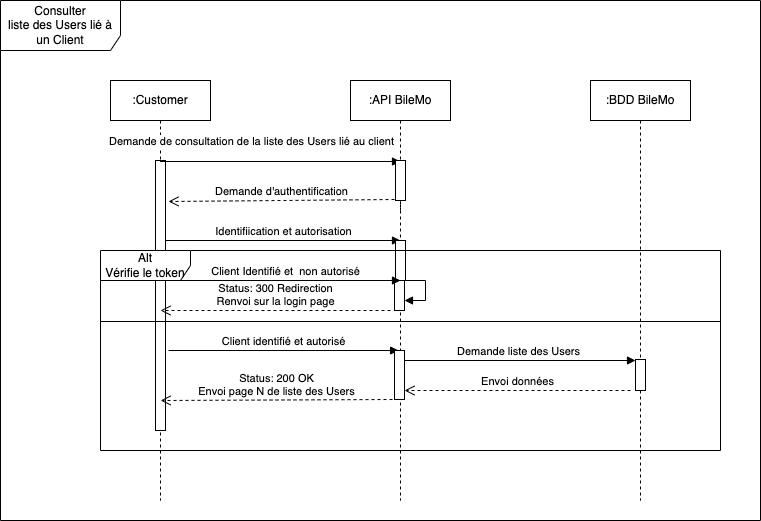
Above: _UML/D.sq_consultation_liste_des_users_BileMo.drawio.png in Fossette7/bilemo (draw.io), before the change. Source tidied: cells renumbered, new cells last; positions are measured from the earlier drawing's top-left corner, leaving out a move shared by most shapes.
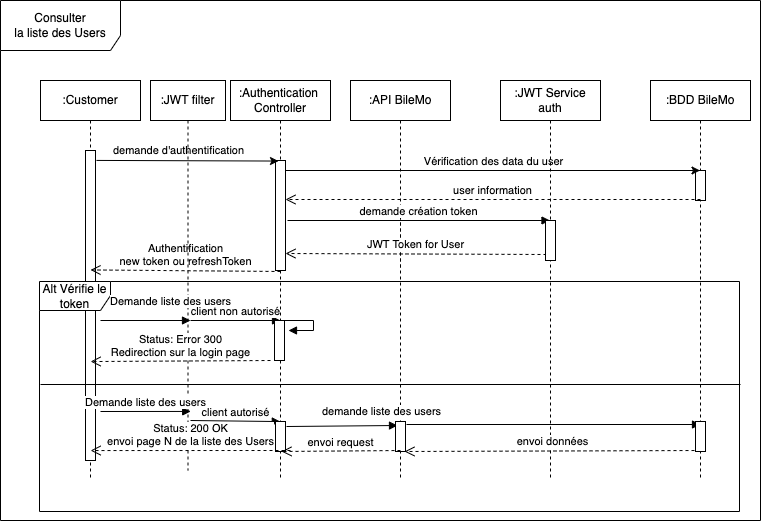
After the change.

What changed in the source:
```diff
@@ -2,105 +2,162 @@
   <root>
     <mxCell id="0" />
     <mxCell id="1" parent="0" />
-    <mxCell id="2" value="Consulter&lt;br&gt;liste des Users lié à un Client" style="shape=umlFrame;whiteSpace=wrap;html=1;width=120;height=50;" parent="1" vertex="1">
+    <mxCell id="2" value="Consulter&lt;br&gt;la liste des Users" style="shape=umlFrame;whiteSpace=wrap;html=1;width=120;height=50;" parent="1" vertex="1">
       <mxGeometry width="760" height="520" as="geometry" />
     </mxCell>
     <mxCell id="3" value=":Customer" style="shape=umlLifeline;perimeter=lifelinePerimeter;whiteSpace=wrap;html=1;" parent="1" vertex="1">
-      <mxGeometry x="110" y="80" width="100" height="420" as="geometry" />
+      <mxGeometry x="40" y="80" width="100" height="400" as="geometry" />
     </mxCell>
     <mxCell id="4" style="html=1;points=[];perimeter=orthogonalPerimeter;" parent="3" vertex="1">
-      <mxGeometry x="45" y="80" width="10" height="270" as="geometry" />
+      <mxGeometry x="45" y="70" width="10" height="310" as="geometry" />
     </mxCell>
-    <mxCell id="5" value="Identifiication et autorisation" style="html=1;verticalAlign=bottom;endArrow=block;rounded=0;entryX=0;entryY=0.1;entryDx=0;entryDy=0;entryPerimeter=0;" parent="3" edge="1">
-      <mxGeometry relative="1" as="geometry">
-        <mxPoint x="55" y="160" as="sourcePoint" />
-        <mxPoint x="290" y="160" as="targetPoint" />
-      </mxGeometry>
-    </mxCell>
     <mxCell id="6" value=":API BileMo" style="shape=umlLifeline;perimeter=lifelinePerimeter;whiteSpace=wrap;html=1;" parent="1" vertex="1">
-      <mxGeometry x="350" y="80" width="100" height="420" as="geometry" />
+      <mxGeometry x="350" y="80" width="100" height="400" as="geometry" />
     </mxCell>
-    <mxCell id="7" style="html=1;perimeter=orthogonalPerimeter;" parent="6" vertex="1">
-      <mxGeometry x="45" y="160" width="10" height="40" as="geometry" />
-    </mxCell>
     <mxCell id="8" value=":BDD BileMo" style="shape=umlLifeline;perimeter=lifelinePerimeter;whiteSpace=wrap;html=1;outlineConnect=0;" parent="1" vertex="1">
-      <mxGeometry x="590" y="80" width="100" height="420" as="geometry" />
+      <mxGeometry x="650" y="80" width="100" height="400" as="geometry" />
     </mxCell>
-    <mxCell id="9" value="Demande de consultation de la liste des Users lié au client" style="html=1;verticalAlign=bottom;endArrow=block;rounded=0;" parent="1" edge="1">
-      <mxGeometry x="-0.25" y="11" relative="1" as="geometry">
-        <mxPoint x="159.5" y="161" as="sourcePoint" />
-        <mxPoint x="400" y="161" as="targetPoint" />
-      </mxGeometry>
-    </mxCell>
-    <mxCell id="10" style="html=1;points=[];perimeter=orthogonalPerimeter;" parent="1" vertex="1">
-      <mxGeometry x="395" y="160" width="10" height="40" as="geometry" />
-    </mxCell>
+    <mxCell id="25" style="html=1;perimeter=orthogonalPerimeter;" parent="8" vertex="1">
+      <mxGeometry x="45" y="90" width="10" height="30" as="geometry" />
+    </mxCell>
-    <mxCell id="11" style="html=1;verticalAlign=bottom;endArrow=none;dashed=1;endSize=8;rounded=0;" parent="1" edge="1" target="10">
+    <mxCell id="11" style="html=1;verticalAlign=bottom;endArrow=none;dashed=1;endSize=8;rounded=0;" parent="1" edge="1">
       <mxGeometry relative="1" as="geometry">
         <mxPoint x="400" y="210" as="sourcePoint" />
+        <mxPoint x="400" y="270" as="targetPoint" />
       </mxGeometry>
     </mxCell>
-    <mxCell id="12" value="Demande d'authentification" style="html=1;verticalAlign=bottom;endArrow=open;dashed=1;endSize=8;rounded=0;entryX=0.9;entryY=0.46;entryDx=0;entryDy=0;entryPerimeter=0;" parent="1" edge="1">
-      <mxGeometry relative="1" as="geometry">
-        <mxPoint x="394" y="199" as="sourcePoint" />
-        <mxPoint x="168" y="201" as="targetPoint" />
-      </mxGeometry>
-    </mxCell>
+    <mxCell id="26" value=":Authentication&amp;nbsp;&lt;br&gt;Controller" style="shape=umlLifeline;perimeter=lifelinePerimeter;whiteSpace=wrap;html=1;" parent="1" vertex="1">
+      <mxGeometry x="230" y="80" width="100" height="400" as="geometry" />
+    </mxCell>
+    <mxCell id="27" style="html=1;points=[];perimeter=orthogonalPerimeter;" parent="26" vertex="1">
+      <mxGeometry x="45" y="80" width="10" height="110" as="geometry" />
+    </mxCell>
+    <mxCell id="28" style="endArrow=classic;html=1;rounded=0;" parent="26" edge="1" target="8">
+      <mxGeometry relative="1" as="geometry">
+        <mxPoint x="55" y="90" as="sourcePoint" />
+      </mxGeometry>
+    </mxCell>
+    <mxCell id="29" value="Vérification des data du user" style="edgeLabel;html=1;align=center;verticalAlign=middle;" parent="28" vertex="1">
+      <mxGeometry relative="1" as="geometry">
+        <mxPoint y="-10" as="offset" />
+      </mxGeometry>
+    </mxCell>
+    <mxCell id="30" value="demande création token" style="html=1;verticalAlign=bottom;endArrow=block;rounded=0;" parent="26" edge="1" target="32">
+      <mxGeometry relative="1" as="geometry">
+        <mxPoint x="57" y="140" as="sourcePoint" />
+      </mxGeometry>
+    </mxCell>
+    <mxCell id="31" value="JWT Token for User" style="html=1;verticalAlign=bottom;endArrow=open;dashed=1;endSize=8;rounded=0;exitX=0.1;exitY=0.85;exitDx=0;exitDy=0;exitPerimeter=0;" parent="26" edge="1" source="33">
+      <mxGeometry relative="1" as="geometry">
+        <mxPoint x="55" y="173" as="targetPoint" />
+      </mxGeometry>
+    </mxCell>
+    <mxCell id="32" value=":JWT Service&lt;br&gt;auth" style="shape=umlLifeline;perimeter=lifelinePerimeter;whiteSpace=wrap;html=1;outlineConnect=0;" parent="1" vertex="1">
+      <mxGeometry x="500" y="80" width="100" height="400" as="geometry" />
+    </mxCell>
+    <mxCell id="33" style="html=1;points=[];perimeter=orthogonalPerimeter;" parent="32" vertex="1">
+      <mxGeometry x="45" y="140" width="10" height="40" as="geometry" />
+    </mxCell>
+    <mxCell id="34" style="endArrow=classic;html=1;rounded=0;entryX=0.3;entryY=0.005;entryDx=0;entryDy=0;entryPerimeter=0;exitX=1.1;exitY=0.032;exitDx=0;exitDy=0;exitPerimeter=0;" parent="1" edge="1" source="4" target="27">
+      <mxGeometry relative="1" as="geometry" />
+    </mxCell>
+    <mxCell id="35" value="demande d'authentification" style="edgeLabel;html=1;align=center;verticalAlign=middle;" parent="34" vertex="1">
+      <mxGeometry x="-0.2" y="-3" relative="1" as="geometry">
+        <mxPoint x="9" y="-14" as="offset" />
+      </mxGeometry>
+    </mxCell>
+    <mxCell id="36" value="user information" style="html=1;verticalAlign=bottom;endArrow=open;dashed=1;endSize=8;rounded=0;" parent="1" edge="1" target="27">
+      <mxGeometry relative="1" as="geometry">
+        <mxPoint x="700" y="199" as="sourcePoint" />
+      </mxGeometry>
+    </mxCell>
+    <mxCell id="37" value="Authentification&lt;br&gt;new token ou refreshToken" style="html=1;verticalAlign=bottom;endArrow=open;dashed=1;endSize=8;rounded=0;entryX=0.9;entryY=0.576;entryDx=0;entryDy=0;entryPerimeter=0;exitX=0.5;exitY=1.009;exitDx=0;exitDy=0;exitPerimeter=0;" parent="1" edge="1" source="27">
+      <mxGeometry relative="1" as="geometry">
+        <mxPoint x="90" y="269.4" as="targetPoint" />
+      </mxGeometry>
+    </mxCell>
+    <mxCell id="38" value=":JWT filter" style="shape=umlLifeline;perimeter=lifelinePerimeter;whiteSpace=wrap;html=1;" parent="1" vertex="1">
+      <mxGeometry x="150" y="80" width="75" height="390" as="geometry" />
+    </mxCell>
-    <mxCell id="13" value="Alt&lt;br&gt;Vérifie le token" style="shape=umlFrame;whiteSpace=wrap;html=1;width=90;height=30;" parent="1" vertex="1">
-      <mxGeometry x="100" y="250" width="620" height="200" as="geometry" />
+    <mxCell id="13" value="Alt Vérifie le token" style="shape=umlFrame;whiteSpace=wrap;html=1;width=71;height=29;" parent="1" vertex="1">
+      <mxGeometry x="39" y="281" width="700" height="230" as="geometry" />
     </mxCell>
-    <mxCell id="14" style="html=1;points=[];perimeter=orthogonalPerimeter;" parent="1" vertex="1">
-      <mxGeometry x="635" y="359" width="10" height="31" as="geometry" />
-    </mxCell>
-    <mxCell id="15" style="html=1;points=[];perimeter=orthogonalPerimeter;" parent="1" vertex="1">
-      <mxGeometry x="394" y="280" width="10" height="30" as="geometry" />
-    </mxCell>
-    <mxCell id="16" style="edgeStyle=orthogonalEdgeStyle;html=1;align=left;spacingLeft=2;endArrow=block;rounded=0;entryX=1;entryY=0;" parent="1" edge="1">
-      <mxGeometry relative="1" as="geometry">
-        <mxPoint x="404" y="280" as="sourcePoint" />
-        <mxPoint x="404" y="300" as="targetPoint" />
-        <Array as="points">
-          <mxPoint x="425" y="280" />
-        </Array>
-      </mxGeometry>
-    </mxCell>
-    <mxCell id="17" value="Client Identifié et&amp;nbsp; non autorisé" style="html=1;verticalAlign=bottom;endArrow=block;rounded=0;entryX=0.6;entryY=0;entryDx=0;entryDy=0;entryPerimeter=0;" parent="1" edge="1" target="15">
-      <mxGeometry relative="1" as="geometry">
-        <mxPoint x="170" y="280" as="sourcePoint" />
-      </mxGeometry>
-    </mxCell>
-    <mxCell id="18" value="Status: 300 Redirection&lt;br&gt;Renvoi sur la login page" style="html=1;verticalAlign=bottom;endArrow=open;dashed=1;endSize=8;rounded=0;" parent="1" edge="1">
-      <mxGeometry relative="1" as="geometry">
-        <mxPoint x="390" y="310" as="sourcePoint" />
-        <mxPoint x="160" y="310" as="targetPoint" />
-      </mxGeometry>
-    </mxCell>
-    <mxCell id="19" style="line;strokeWidth=1;fillColor=none;align=left;verticalAlign=middle;spacingTop=-1;spacingLeft=3;spacingRight=3;labelPosition=right;" parent="1" vertex="1">
-      <mxGeometry x="100" y="317" width="620" height="8" as="geometry" />
-    </mxCell>
-    <mxCell id="20" value="Client identifié et autorisé" style="html=1;verticalAlign=bottom;endArrow=block;rounded=0;entryX=0.484;entryY=0.5;entryDx=0;entryDy=0;entryPerimeter=0;" parent="1" edge="1">
-      <mxGeometry relative="1" as="geometry">
-        <mxPoint x="168" y="350" as="sourcePoint" />
-        <mxPoint x="398.1" y="350" as="targetPoint" />
-      </mxGeometry>
-    </mxCell>
-    <mxCell id="21" value="Demande liste des Users" style="html=1;verticalAlign=bottom;endArrow=block;rounded=0;" parent="1" edge="1" target="14">
-      <mxGeometry relative="1" as="geometry">
-        <mxPoint x="400" y="360" as="sourcePoint" />
-      </mxGeometry>
-    </mxCell>
-    <mxCell id="22" value="Envoi données" style="html=1;verticalAlign=bottom;endArrow=open;dashed=1;endSize=8;rounded=0;" parent="1" edge="1" target="23">
-      <mxGeometry relative="1" as="geometry">
-        <mxPoint x="630" y="390" as="sourcePoint" />
-      </mxGeometry>
-    </mxCell>
-    <mxCell id="23" style="html=1;points=[];perimeter=orthogonalPerimeter;" parent="1" vertex="1">
-      <mxGeometry x="394" y="350" width="10" height="49" as="geometry" />
-    </mxCell>
-    <mxCell id="24" value="Status: 200 OK&lt;br&gt;Envoi page N de liste des Users" style="html=1;verticalAlign=bottom;endArrow=open;dashed=1;endSize=8;rounded=0;entryX=0.097;entryY=0.75;entryDx=0;entryDy=0;entryPerimeter=0;" parent="1" edge="1" target="13">
-      <mxGeometry relative="1" as="geometry">
-        <mxPoint x="392" y="399" as="sourcePoint" />
-      </mxGeometry>
-    </mxCell>
+    <mxCell id="39" value="Demande liste des users" style="html=1;verticalAlign=bottom;endArrow=block;rounded=0;" parent="1" edge="1">
+      <mxGeometry x="0.56" y="10" relative="1" as="geometry">
+        <mxPoint x="100" y="320" as="sourcePoint" />
+        <mxPoint x="190" y="320" as="targetPoint" />
+      </mxGeometry>
+    </mxCell>
+    <mxCell id="40" value="client non autorisé" style="html=1;verticalAlign=bottom;endArrow=block;rounded=0;" parent="1" edge="1">
+      <mxGeometry relative="1" as="geometry">
+        <mxPoint x="190" y="320" as="sourcePoint" />
+        <mxPoint x="280" y="320" as="targetPoint" />
+      </mxGeometry>
+    </mxCell>
+    <mxCell id="41" style="html=1;perimeter=orthogonalPerimeter;" parent="1" vertex="1">
+      <mxGeometry x="274" y="320" width="10" height="40" as="geometry" />
+    </mxCell>
+    <mxCell id="42" style="edgeStyle=orthogonalEdgeStyle;html=1;align=left;spacingLeft=2;endArrow=block;rounded=0;entryX=1;entryY=0;" parent="1" edge="1">
+      <mxGeometry relative="1" as="geometry">
+        <mxPoint x="283" y="320" as="sourcePoint" />
+        <mxPoint x="288" y="330" as="targetPoint" />
+        <Array as="points">
+          <mxPoint x="313" y="320" />
+        </Array>
+      </mxGeometry>
+    </mxCell>
+    <mxCell id="43" value="Status: Error 300&lt;br&gt;Redirection sur la login page" style="html=1;verticalAlign=bottom;endArrow=open;dashed=1;endSize=8;rounded=0;entryX=0.073;entryY=0.348;entryDx=0;entryDy=0;entryPerimeter=0;" parent="1" edge="1" target="13">
+      <mxGeometry relative="1" as="geometry">
+        <mxPoint x="270" y="360" as="sourcePoint" />
+      </mxGeometry>
+    </mxCell>
+    <mxCell id="44" style="line;strokeWidth=1;fillColor=none;align=left;verticalAlign=middle;spacingTop=-1;spacingLeft=3;spacingRight=3;labelPosition=right;" parent="1" vertex="1">
+      <mxGeometry x="40" y="380" width="700" height="8" as="geometry" />
+    </mxCell>
+    <mxCell id="45" value="Demande liste des users" style="html=1;verticalAlign=bottom;endArrow=block;rounded=0;entryX=0.216;entryY=0.565;entryDx=0;entryDy=0;entryPerimeter=0;" parent="1" edge="1" target="13">
+      <mxGeometry relative="1" as="geometry">
+        <mxPoint x="100" y="411" as="sourcePoint" />
+      </mxGeometry>
+    </mxCell>
+    <mxCell id="46" value="client autorisé" style="html=1;verticalAlign=bottom;endArrow=block;rounded=0;entryX=0.344;entryY=0.609;entryDx=0;entryDy=0;entryPerimeter=0;" parent="1" edge="1" target="13">
+      <mxGeometry relative="1" as="geometry">
+        <mxPoint x="190" y="420" as="sourcePoint" />
+      </mxGeometry>
+    </mxCell>
+    <mxCell id="47" style="html=1;points=[];perimeter=orthogonalPerimeter;" parent="1" vertex="1">
+      <mxGeometry x="275" y="421" width="10" height="30" as="geometry" />
+    </mxCell>
+    <mxCell id="48" value="demande liste des users" style="html=1;verticalAlign=bottom;endArrow=block;rounded=0;exitX=1.1;exitY=0.167;exitDx=0;exitDy=0;exitPerimeter=0;" parent="1" edge="1" source="47">
+      <mxGeometry x="0.7" y="5" relative="1" as="geometry">
+        <mxPoint x="397" y="425" as="targetPoint" />
+      </mxGeometry>
+    </mxCell>
+    <mxCell id="49" style="html=1;points=[];perimeter=orthogonalPerimeter;" parent="1" vertex="1">
+      <mxGeometry x="395" y="421" width="10" height="30" as="geometry" />
+    </mxCell>
+    <mxCell id="50" value="envoi request" style="html=1;verticalAlign=bottom;endArrow=open;dashed=1;endSize=8;rounded=0;entryX=0.6;entryY=1;entryDx=0;entryDy=0;entryPerimeter=0;" parent="1" edge="1" target="47">
+      <mxGeometry relative="1" as="geometry">
+        <mxPoint x="400" y="450" as="sourcePoint" />
+      </mxGeometry>
+    </mxCell>
+    <mxCell id="51" style="html=1;verticalAlign=bottom;endArrow=block;rounded=0;" parent="1" edge="1">
+      <mxGeometry relative="1" as="geometry">
+        <mxPoint x="406" y="424" as="sourcePoint" />
+        <mxPoint x="700" y="424" as="targetPoint" />
+      </mxGeometry>
+    </mxCell>
+    <mxCell id="52" value="envoi données" style="html=1;verticalAlign=bottom;endArrow=open;dashed=1;endSize=8;rounded=0;entryX=0.9;entryY=1;entryDx=0;entryDy=0;entryPerimeter=0;" parent="1" edge="1" target="49">
+      <mxGeometry relative="1" as="geometry">
+        <mxPoint x="700" y="450" as="sourcePoint" />
+      </mxGeometry>
+    </mxCell>
+    <mxCell id="53" value="Status: 200 OK&lt;br&gt;envoi page N de la liste des Users" style="html=1;verticalAlign=bottom;endArrow=open;dashed=1;endSize=8;rounded=0;entryX=0.073;entryY=0.735;entryDx=0;entryDy=0;entryPerimeter=0;" parent="1" edge="1" target="13">
+      <mxGeometry relative="1" as="geometry">
+        <mxPoint x="290" y="450" as="sourcePoint" />
+      </mxGeometry>
+    </mxCell>
+    <mxCell id="54" style="html=1;perimeter=orthogonalPerimeter;" parent="1" vertex="1">
+      <mxGeometry x="695" y="421" width="10" height="30" as="geometry" />
+    </mxCell>
   </root>
 </mxGraphModel>
```
